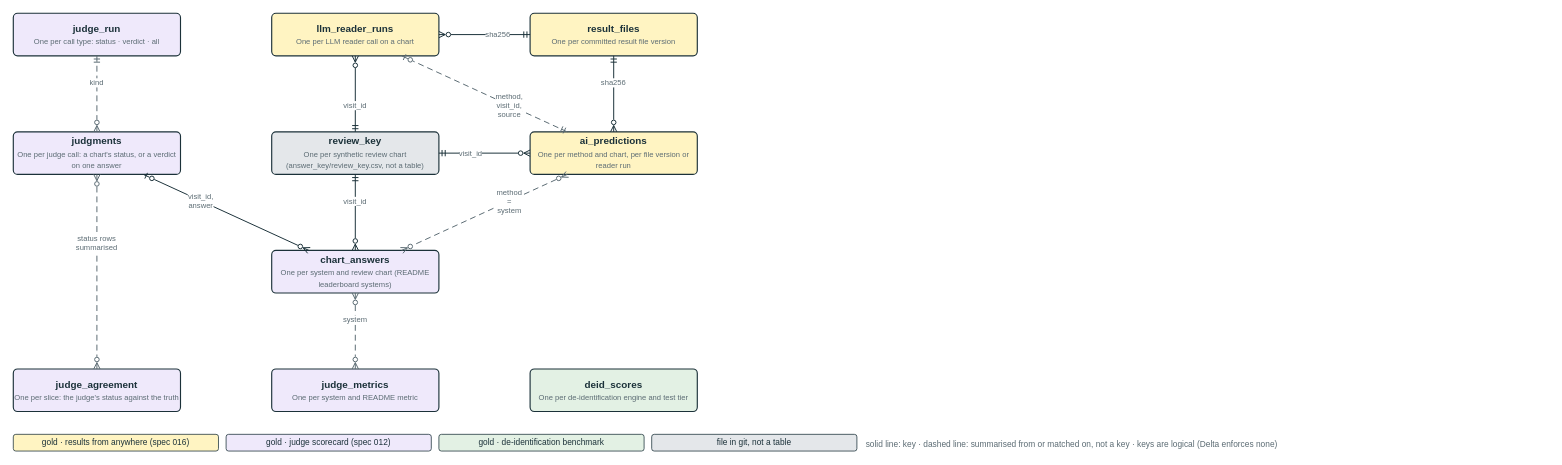
Above: diagrams/gold/source/gold_data_model_entity.drawio in Health-Transformation-Lab/health-transformation-lab-nlp (draw.io), before the change. Source tidied: cells renumbered, new cells numbered last; positions are measured from the earlier drawing's top-left corner, leaving out a move shared by most shapes. Both pictures are drawn from the tidied source at 76%, with x=0, y=0 at pixel (13, 13).
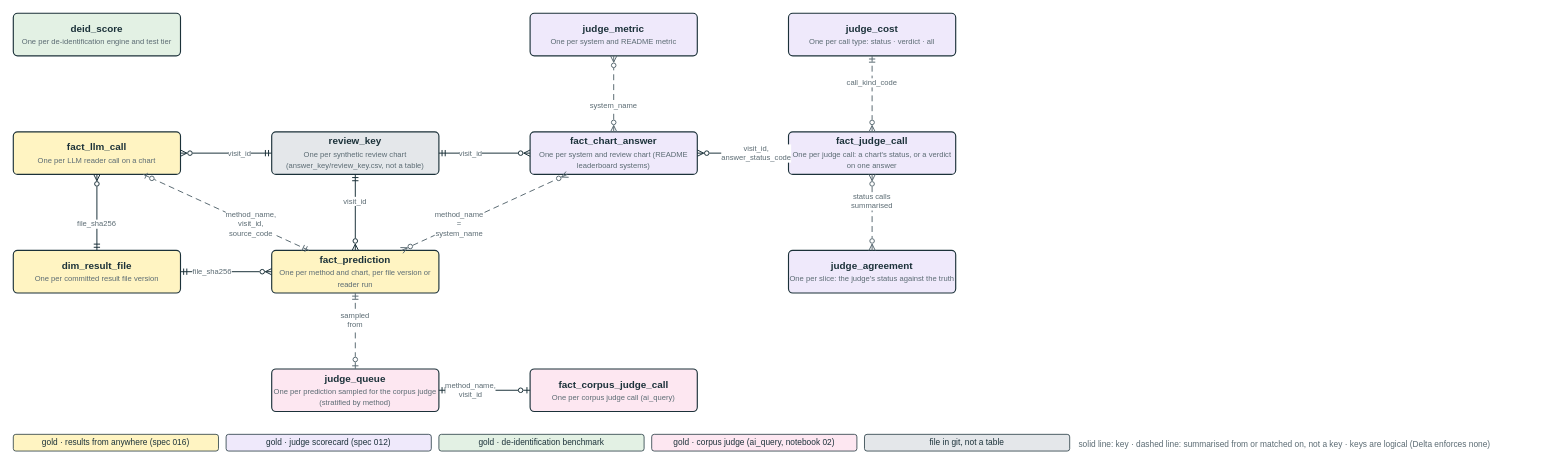
The same diagram, later.

The change refers to these unchanged cells:
```xml
<mxCell id="6" value="&lt;b&gt;review_key&lt;/b&gt;&lt;br&gt;&lt;span style='font-size:10px;color:#5B6B73'&gt;One per synthetic review chart (answer_key/review_key.csv, not a table)&lt;/span&gt;" style="fontFamily=Helvetica;html=1;whiteSpace=wrap;rounded=1;arcSize=10;strokeColor=#1B3139;strokeWidth=1.5;fontColor=#1B3139;fontSize=13;fillColor=#E4E7EA;" parent="1" vertex="1">
  <mxGeometry x="340" y="156" width="220" height="56" as="geometry" />
</mxCell>
```

The edit, as a diff of the source:
```diff
@@
-    <mxCell id="2" value="&lt;b&gt;judge_run&lt;/b&gt;&lt;br&gt;&lt;span style='font-size:10px;color:#5B6B73'&gt;One per call type: status · verdict · all&lt;/span&gt;" style="fontFamily=Helvetica;html=1;whiteSpace=wrap;rounded=1;arcSize=10;strokeColor=#1B3139;strokeWidth=1.5;fontColor=#1B3139;fontSize=13;fillColor=#EFE9FB;" parent="1" vertex="1">
+    <mxCell id="2" value="&lt;b&gt;deid_score&lt;/b&gt;&lt;br&gt;&lt;span style='font-size:10px;color:#5B6B73'&gt;One per de-identification engine and test tier&lt;/span&gt;" style="fontFamily=Helvetica;html=1;whiteSpace=wrap;rounded=1;arcSize=10;strokeColor=#1B3139;strokeWidth=1.5;fontColor=#1B3139;fontSize=13;fillColor=#E3F1E4;" parent="1" vertex="1">
       <mxGeometry width="220" height="56" as="geometry" />
     </mxCell>
-    <mxCell id="3" value="&lt;b&gt;llm_reader_runs&lt;/b&gt;&lt;br&gt;&lt;span style='font-size:10px;color:#5B6B73'&gt;One per LLM reader call on a chart&lt;/span&gt;" style="fontFamily=Helvetica;html=1;whiteSpace=wrap;rounded=1;arcSize=10;strokeColor=#1B3139;strokeWidth=1.5;fontColor=#1B3139;fontSize=13;fillColor=#FFF4C2;" parent="1" vertex="1">
-      <mxGeometry x="340" width="220" height="56" as="geometry" />
+    <mxCell id="3" value="&lt;b&gt;judge_metric&lt;/b&gt;&lt;br&gt;&lt;span style='font-size:10px;color:#5B6B73'&gt;One per system and README metric&lt;/span&gt;" style="fontFamily=Helvetica;html=1;whiteSpace=wrap;rounded=1;arcSize=10;strokeColor=#1B3139;strokeWidth=1.5;fontColor=#1B3139;fontSize=13;fillColor=#EFE9FB;" parent="1" vertex="1">
+      <mxGeometry x="680" width="220" height="56" as="geometry" />
     </mxCell>
-    <mxCell id="4" value="&lt;b&gt;result_files&lt;/b&gt;&lt;br&gt;&lt;span style='font-size:10px;color:#5B6B73'&gt;One per committed result file version&lt;/span&gt;" style="fontFamily=Helvetica;html=1;whiteSpace=wrap;rounded=1;arcSize=10;strokeColor=#1B3139;strokeWidth=1.5;fontColor=#1B3139;fontSize=13;fillColor=#FFF4C2;" parent="1" vertex="1">
-      <mxGeometry x="680" width="220" height="56" as="geometry" />
+    <mxCell id="4" value="&lt;b&gt;judge_cost&lt;/b&gt;&lt;br&gt;&lt;span style='font-size:10px;color:#5B6B73'&gt;One per call type: status · verdict · all&lt;/span&gt;" style="fontFamily=Helvetica;html=1;whiteSpace=wrap;rounded=1;arcSize=10;strokeColor=#1B3139;strokeWidth=1.5;fontColor=#1B3139;fontSize=13;fillColor=#EFE9FB;" parent="1" vertex="1">
+      <mxGeometry x="1020" width="220" height="56" as="geometry" />
     </mxCell>
-    <mxCell id="5" value="&lt;b&gt;judgments&lt;/b&gt;&lt;br&gt;&lt;span style='font-size:10px;color:#5B6B73'&gt;One per judge call: a chart's status, or a verdict on one answer&lt;/span&gt;" style="fontFamily=Helvetica;html=1;whiteSpace=wrap;rounded=1;arcSize=10;strokeColor=#1B3139;strokeWidth=1.5;fontColor=#1B3139;fontSize=13;fillColor=#EFE9FB;" parent="1" vertex="1">
+    <mxCell id="5" value="&lt;b&gt;fact_llm_call&lt;/b&gt;&lt;br&gt;&lt;span style='font-size:10px;color:#5B6B73'&gt;One per LLM reader call on a chart&lt;/span&gt;" style="fontFamily=Helvetica;html=1;whiteSpace=wrap;rounded=1;arcSize=10;strokeColor=#1B3139;strokeWidth=1.5;fontColor=#1B3139;fontSize=13;fillColor=#FFF4C2;" parent="1" vertex="1">
       <mxGeometry y="156" width="220" height="56" as="geometry" />
     </mxCell>
@@
-    <mxCell id="7" value="&lt;b&gt;ai_predictions&lt;/b&gt;&lt;br&gt;&lt;span style='font-size:10px;color:#5B6B73'&gt;One per method and chart, per file version or reader run&lt;/span&gt;" style="fontFamily=Helvetica;html=1;whiteSpace=wrap;rounded=1;arcSize=10;strokeColor=#1B3139;strokeWidth=1.5;fontColor=#1B3139;fontSize=13;fillColor=#FFF4C2;" parent="1" vertex="1">
+    <mxCell id="7" value="&lt;b&gt;fact_chart_answer&lt;/b&gt;&lt;br&gt;&lt;span style='font-size:10px;color:#5B6B73'&gt;One per system and review chart (README leaderboard systems)&lt;/span&gt;" style="fontFamily=Helvetica;html=1;whiteSpace=wrap;rounded=1;arcSize=10;strokeColor=#1B3139;strokeWidth=1.5;fontColor=#1B3139;fontSize=13;fillColor=#EFE9FB;" parent="1" vertex="1">
       <mxGeometry x="680" y="156" width="220" height="56" as="geometry" />
     </mxCell>
-    <mxCell id="8" value="&lt;b&gt;chart_answers&lt;/b&gt;&lt;br&gt;&lt;span style='font-size:10px;color:#5B6B73'&gt;One per system and review chart (README leaderboard systems)&lt;/span&gt;" style="fontFamily=Helvetica;html=1;whiteSpace=wrap;rounded=1;arcSize=10;strokeColor=#1B3139;strokeWidth=1.5;fontColor=#1B3139;fontSize=13;fillColor=#EFE9FB;" parent="1" vertex="1">
-      <mxGeometry x="340" y="312" width="220" height="56" as="geometry" />
+    <mxCell id="8" value="&lt;b&gt;fact_judge_call&lt;/b&gt;&lt;br&gt;&lt;span style='font-size:10px;color:#5B6B73'&gt;One per judge call: a chart's status, or a verdict on one answer&lt;/span&gt;" style="fontFamily=Helvetica;html=1;whiteSpace=wrap;rounded=1;arcSize=10;strokeColor=#1B3139;strokeWidth=1.5;fontColor=#1B3139;fontSize=13;fillColor=#EFE9FB;" parent="1" vertex="1">
+      <mxGeometry x="1020" y="156" width="220" height="56" as="geometry" />
     </mxCell>
-    <mxCell id="9" value="&lt;b&gt;judge_agreement&lt;/b&gt;&lt;br&gt;&lt;span style='font-size:10px;color:#5B6B73'&gt;One per slice: the judge's status against the truth&lt;/span&gt;" style="fontFamily=Helvetica;html=1;whiteSpace=wrap;rounded=1;arcSize=10;strokeColor=#1B3139;strokeWidth=1.5;fontColor=#1B3139;fontSize=13;fillColor=#EFE9FB;" parent="1" vertex="1">
-      <mxGeometry y="468" width="220" height="56" as="geometry" />
+    <mxCell id="9" value="&lt;b&gt;dim_result_file&lt;/b&gt;&lt;br&gt;&lt;span style='font-size:10px;color:#5B6B73'&gt;One per committed result file version&lt;/span&gt;" style="fontFamily=Helvetica;html=1;whiteSpace=wrap;rounded=1;arcSize=10;strokeColor=#1B3139;strokeWidth=1.5;fontColor=#1B3139;fontSize=13;fillColor=#FFF4C2;" parent="1" vertex="1">
+      <mxGeometry y="312" width="220" height="56" as="geometry" />
     </mxCell>
-    <mxCell id="10" value="&lt;b&gt;judge_metrics&lt;/b&gt;&lt;br&gt;&lt;span style='font-size:10px;color:#5B6B73'&gt;One per system and README metric&lt;/span&gt;" style="fontFamily=Helvetica;html=1;whiteSpace=wrap;rounded=1;arcSize=10;strokeColor=#1B3139;strokeWidth=1.5;fontColor=#1B3139;fontSize=13;fillColor=#EFE9FB;" parent="1" vertex="1">
-      <mxGeometry x="340" y="468" width="220" height="56" as="geometry" />
+    <mxCell id="10" value="&lt;b&gt;fact_prediction&lt;/b&gt;&lt;br&gt;&lt;span style='font-size:10px;color:#5B6B73'&gt;One per method and chart, per file version or reader run&lt;/span&gt;" style="fontFamily=Helvetica;html=1;whiteSpace=wrap;rounded=1;arcSize=10;strokeColor=#1B3139;strokeWidth=1.5;fontColor=#1B3139;fontSize=13;fillColor=#FFF4C2;" parent="1" vertex="1">
+      <mxGeometry x="340" y="312" width="220" height="56" as="geometry" />
     </mxCell>
-    <mxCell id="11" value="&lt;b&gt;deid_scores&lt;/b&gt;&lt;br&gt;&lt;span style='font-size:10px;color:#5B6B73'&gt;One per de-identification engine and test tier&lt;/span&gt;" style="fontFamily=Helvetica;html=1;whiteSpace=wrap;rounded=1;arcSize=10;strokeColor=#1B3139;strokeWidth=1.5;fontColor=#1B3139;fontSize=13;fillColor=#E3F1E4;" parent="1" vertex="1">
-      <mxGeometry x="680" y="468" width="220" height="56" as="geometry" />
+    <mxCell id="11" value="&lt;b&gt;judge_agreement&lt;/b&gt;&lt;br&gt;&lt;span style='font-size:10px;color:#5B6B73'&gt;One per slice: the judge's status against the truth&lt;/span&gt;" style="fontFamily=Helvetica;html=1;whiteSpace=wrap;rounded=1;arcSize=10;strokeColor=#1B3139;strokeWidth=1.5;fontColor=#1B3139;fontSize=13;fillColor=#EFE9FB;" parent="1" vertex="1">
+      <mxGeometry x="1020" y="312" width="220" height="56" as="geometry" />
     </mxCell>
-    <mxCell id="12" value="sha256" style="fontFamily=Helvetica;html=1;whiteSpace=wrap;edgeStyle=none;strokeColor=#1B3139;strokeWidth=1.3;endFill=0;startFill=0;fontSize=10;fontColor=#5B6B73;labelBackgroundColor=#FFFFFF;startArrow=ERmandOne;endArrow=ERzeroToMany;" parent="1" edge="1" source="4" target="7">
-      <mxGeometry x="-0.3" relative="1" as="geometry" />
+    <mxCell id="12" value="&lt;b&gt;judge_queue&lt;/b&gt;&lt;br&gt;&lt;span style='font-size:10px;color:#5B6B73'&gt;One per prediction sampled for the corpus judge (stratified by method)&lt;/span&gt;" style="fontFamily=Helvetica;html=1;whiteSpace=wrap;rounded=1;arcSize=10;strokeColor=#1B3139;strokeWidth=1.5;fontColor=#1B3139;fontSize=13;fillColor=#FDE7F1;" parent="1" vertex="1">
+      <mxGeometry x="340" y="468" width="220" height="56" as="geometry" />
     </mxCell>
-    <mxCell id="13" value="sha256" style="fontFamily=Helvetica;html=1;whiteSpace=wrap;edgeStyle=none;strokeColor=#1B3139;strokeWidth=1.3;endFill=0;startFill=0;fontSize=10;fontColor=#5B6B73;labelBackgroundColor=#FFFFFF;startArrow=ERmandOne;endArrow=ERzeroToMany;" parent="1" edge="1" source="4" target="3">
-      <mxGeometry x="-0.3" relative="1" as="geometry" />
+    <mxCell id="13" value="&lt;b&gt;fact_corpus_judge_call&lt;/b&gt;&lt;br&gt;&lt;span style='font-size:10px;color:#5B6B73'&gt;One per corpus judge call (ai_query)&lt;/span&gt;" style="fontFamily=Helvetica;html=1;whiteSpace=wrap;rounded=1;arcSize=10;strokeColor=#1B3139;strokeWidth=1.5;fontColor=#1B3139;fontSize=13;fillColor=#FDE7F1;" parent="1" vertex="1">
+      <mxGeometry x="680" y="468" width="220" height="56" as="geometry" />
     </mxCell>
-    <mxCell id="14" value="method, visit_id, source" style="fontFamily=Helvetica;html=1;whiteSpace=wrap;edgeStyle=none;strokeColor=#1B3139;strokeWidth=1.3;endFill=0;startFill=0;fontSize=10;fontColor=#5B6B73;labelBackgroundColor=#FFFFFF;dashed=1;dashPattern=6 4;strokeColor=#5B6B73;startArrow=ERmandOne;endArrow=ERzeroToOne;" parent="1" edge="1" source="7" target="3">
+    <mxCell id="14" value="file_sha256" style="fontFamily=Helvetica;html=1;whiteSpace=wrap;edgeStyle=none;strokeColor=#1B3139;strokeWidth=1.3;endFill=0;startFill=0;fontSize=10;fontColor=#5B6B73;labelBackgroundColor=#FFFFFF;startArrow=ERmandOne;endArrow=ERzeroToMany;" parent="1" edge="1" source="9" target="10">
       <mxGeometry x="-0.3" relative="1" as="geometry" />
     </mxCell>
-    <mxCell id="15" value="visit_id" style="fontFamily=Helvetica;html=1;whiteSpace=wrap;edgeStyle=none;strokeColor=#1B3139;strokeWidth=1.3;endFill=0;startFill=0;fontSize=10;fontColor=#5B6B73;labelBackgroundColor=#FFFFFF;startArrow=ERmandOne;endArrow=ERzeroToMany;" parent="1" edge="1" source="6" target="7">
+    <mxCell id="15" value="file_sha256" style="fontFamily=Helvetica;html=1;whiteSpace=wrap;edgeStyle=none;strokeColor=#1B3139;strokeWidth=1.3;endFill=0;startFill=0;fontSize=10;fontColor=#5B6B73;labelBackgroundColor=#FFFFFF;startArrow=ERmandOne;endArrow=ERzeroToMany;" parent="1" edge="1" source="9" target="5">
       <mxGeometry x="-0.3" relative="1" as="geometry" />
     </mxCell>
-    <mxCell id="16" value="visit_id" style="fontFamily=Helvetica;html=1;whiteSpace=wrap;edgeStyle=none;strokeColor=#1B3139;strokeWidth=1.3;endFill=0;startFill=0;fontSize=10;fontColor=#5B6B73;labelBackgroundColor=#FFFFFF;startArrow=ERmandOne;endArrow=ERzeroToMany;" parent="1" edge="1" source="6" target="3">
+    <mxCell id="16" value="method_name, visit_id, source_code" style="fontFamily=Helvetica;html=1;whiteSpace=wrap;edgeStyle=none;strokeColor=#1B3139;strokeWidth=1.3;endFill=0;startFill=0;fontSize=10;fontColor=#5B6B73;labelBackgroundColor=#FFFFFF;dashed=1;dashPattern=6 4;strokeColor=#5B6B73;startArrow=ERmandOne;endArrow=ERzeroToOne;" parent="1" edge="1" source="10" target="5">
       <mxGeometry x="-0.3" relative="1" as="geometry" />
     </mxCell>
-    <mxCell id="17" value="visit_id" style="fontFamily=Helvetica;html=1;whiteSpace=wrap;edgeStyle=none;strokeColor=#1B3139;strokeWidth=1.3;endFill=0;startFill=0;fontSize=10;fontColor=#5B6B73;labelBackgroundColor=#FFFFFF;startArrow=ERmandOne;endArrow=ERzeroToMany;" parent="1" edge="1" source="6" target="8">
+    <mxCell id="17" value="visit_id" style="fontFamily=Helvetica;html=1;whiteSpace=wrap;edgeStyle=none;strokeColor=#1B3139;strokeWidth=1.3;endFill=0;startFill=0;fontSize=10;fontColor=#5B6B73;labelBackgroundColor=#FFFFFF;startArrow=ERmandOne;endArrow=ERzeroToMany;" parent="1" edge="1" source="6" target="10">
       <mxGeometry x="-0.3" relative="1" as="geometry" />
     </mxCell>
-    <mxCell id="18" value="visit_id, answer" style="fontFamily=Helvetica;html=1;whiteSpace=wrap;edgeStyle=none;strokeColor=#1B3139;strokeWidth=1.3;endFill=0;startFill=0;fontSize=10;fontColor=#5B6B73;labelBackgroundColor=#FFFFFF;startArrow=ERzeroToOne;endArrow=ERzeroToMany;" parent="1" edge="1" source="5" target="8">
+    <mxCell id="18" value="visit_id" style="fontFamily=Helvetica;html=1;whiteSpace=wrap;edgeStyle=none;strokeColor=#1B3139;strokeWidth=1.3;endFill=0;startFill=0;fontSize=10;fontColor=#5B6B73;labelBackgroundColor=#FFFFFF;startArrow=ERmandOne;endArrow=ERzeroToMany;" parent="1" edge="1" source="6" target="5">
       <mxGeometry x="-0.3" relative="1" as="geometry" />
     </mxCell>
-    <mxCell id="19" value="kind" style="fontFamily=Helvetica;html=1;whiteSpace=wrap;edgeStyle=none;strokeColor=#1B3139;strokeWidth=1.3;endFill=0;startFill=0;fontSize=10;fontColor=#5B6B73;labelBackgroundColor=#FFFFFF;dashed=1;dashPattern=6 4;strokeColor=#5B6B73;startArrow=ERmandOne;endArrow=ERzeroToMany;" parent="1" edge="1" source="2" target="5">
+    <mxCell id="19" value="visit_id" style="fontFamily=Helvetica;html=1;whiteSpace=wrap;edgeStyle=none;strokeColor=#1B3139;strokeWidth=1.3;endFill=0;startFill=0;fontSize=10;fontColor=#5B6B73;labelBackgroundColor=#FFFFFF;startArrow=ERmandOne;endArrow=ERzeroToMany;" parent="1" edge="1" source="6" target="7">
       <mxGeometry x="-0.3" relative="1" as="geometry" />
     </mxCell>
-    <mxCell id="20" value="status rows summarised" style="fontFamily=Helvetica;html=1;whiteSpace=wrap;edgeStyle=none;strokeColor=#1B3139;strokeWidth=1.3;endFill=0;startFill=0;fontSize=10;fontColor=#5B6B73;labelBackgroundColor=#FFFFFF;dashed=1;dashPattern=6 4;strokeColor=#5B6B73;startArrow=ERzeroToMany;endArrow=ERzeroToMany;" parent="1" edge="1" source="5" target="9">
+    <mxCell id="20" value="visit_id, answer_status_code" style="fontFamily=Helvetica;html=1;whiteSpace=wrap;edgeStyle=none;strokeColor=#1B3139;strokeWidth=1.3;endFill=0;startFill=0;fontSize=10;fontColor=#5B6B73;labelBackgroundColor=#FFFFFF;startArrow=ERzeroToOne;endArrow=ERzeroToMany;" parent="1" edge="1" source="8" target="7">
       <mxGeometry x="-0.3" relative="1" as="geometry" />
     </mxCell>
-    <mxCell id="21" value="system" style="fontFamily=Helvetica;html=1;whiteSpace=wrap;edgeStyle=none;strokeColor=#1B3139;strokeWidth=1.3;endFill=0;startFill=0;fontSize=10;fontColor=#5B6B73;labelBackgroundColor=#FFFFFF;dashed=1;dashPattern=6 4;strokeColor=#5B6B73;startArrow=ERzeroToMany;endArrow=ERzeroToMany;" parent="1" edge="1" source="8" target="10">
+    <mxCell id="21" value="call_kind_code" style="fontFamily=Helvetica;html=1;whiteSpace=wrap;edgeStyle=none;strokeColor=#1B3139;strokeWidth=1.3;endFill=0;startFill=0;fontSize=10;fontColor=#5B6B73;labelBackgroundColor=#FFFFFF;dashed=1;dashPattern=6 4;strokeColor=#5B6B73;startArrow=ERmandOne;endArrow=ERzeroToMany;" parent="1" edge="1" source="4" target="8">
       <mxGeometry x="-0.3" relative="1" as="geometry" />
     </mxCell>
-    <mxCell id="22" value="method = system" style="fontFamily=Helvetica;html=1;whiteSpace=wrap;edgeStyle=none;strokeColor=#1B3139;strokeWidth=1.3;endFill=0;startFill=0;fontSize=10;fontColor=#5B6B73;labelBackgroundColor=#FFFFFF;dashed=1;dashPattern=6 4;strokeColor=#5B6B73;startArrow=ERzeroToMany;endArrow=ERzeroToMany;" parent="1" edge="1" source="7" target="8">
+    <mxCell id="22" value="status calls summarised" style="fontFamily=Helvetica;html=1;whiteSpace=wrap;edgeStyle=none;strokeColor=#1B3139;strokeWidth=1.3;endFill=0;startFill=0;fontSize=10;fontColor=#5B6B73;labelBackgroundColor=#FFFFFF;dashed=1;dashPattern=6 4;strokeColor=#5B6B73;startArrow=ERzeroToMany;endArrow=ERzeroToMany;" parent="1" edge="1" source="8" target="11">
       <mxGeometry x="-0.3" relative="1" as="geometry" />
     </mxCell>
-    <mxCell id="23" value="gold · results from anywhere (spec 016)" style="fontFamily=Helvetica;html=1;whiteSpace=wrap;rounded=1;fillColor=#FFF4C2;strokeColor=#1B3139;fontSize=11;fontColor=#1B3139;" parent="1" vertex="1">
-      <mxGeometry y="554" width="270" height="22" as="geometry" />
+    <mxCell id="23" value="system_name" style="fontFamily=Helvetica;html=1;whiteSpace=wrap;edgeStyle=none;strokeColor=#1B3139;strokeWidth=1.3;endFill=0;startFill=0;fontSize=10;fontColor=#5B6B73;labelBackgroundColor=#FFFFFF;dashed=1;dashPattern=6 4;strokeColor=#5B6B73;startArrow=ERzeroToMany;endArrow=ERzeroToMany;" parent="1" edge="1" source="7" target="3">
+      <mxGeometry x="-0.3" relative="1" as="geometry" />
     </mxCell>
-    <mxCell id="24" value="gold · judge scorecard (spec 012)" style="fontFamily=Helvetica;html=1;whiteSpace=wrap;rounded=1;fillColor=#EFE9FB;strokeColor=#1B3139;fontSize=11;fontColor=#1B3139;" parent="1" vertex="1">
-      <mxGeometry x="280" y="554" width="270" height="22" as="geometry" />
+    <mxCell id="24" value="method_name = system_name" style="fontFamily=Helvetica;html=1;whiteSpace=wrap;edgeStyle=none;strokeColor=#1B3139;strokeWidth=1.3;endFill=0;startFill=0;fontSize=10;fontColor=#5B6B73;labelBackgroundColor=#FFFFFF;dashed=1;dashPattern=6 4;strokeColor=#5B6B73;startArrow=ERzeroToMany;endArrow=ERzeroToMany;" parent="1" edge="1" source="10" target="7">
+      <mxGeometry x="-0.3" relative="1" as="geometry" />
     </mxCell>
-    <mxCell id="25" value="gold · de-identification benchmark" style="fontFamily=Helvetica;html=1;whiteSpace=wrap;rounded=1;fillColor=#E3F1E4;strokeColor=#1B3139;fontSize=11;fontColor=#1B3139;" parent="1" vertex="1">
-      <mxGeometry x="560" y="554" width="270" height="22" as="geometry" />
+    <mxCell id="25" value="sampled from" style="fontFamily=Helvetica;html=1;whiteSpace=wrap;edgeStyle=none;strokeColor=#1B3139;strokeWidth=1.3;endFill=0;startFill=0;fontSize=10;fontColor=#5B6B73;labelBackgroundColor=#FFFFFF;dashed=1;dashPattern=6 4;strokeColor=#5B6B73;startArrow=ERmandOne;endArrow=ERzeroToOne;" parent="1" edge="1" source="10" target="12">
+      <mxGeometry x="-0.3" relative="1" as="geometry" />
     </mxCell>
-    <mxCell id="26" value="file in git, not a table" style="fontFamily=Helvetica;html=1;whiteSpace=wrap;rounded=1;fillColor=#E4E7EA;strokeColor=#1B3139;fontSize=11;fontColor=#1B3139;" parent="1" vertex="1">
-      <mxGeometry x="840" y="554" width="270" height="22" as="geometry" />
+    <mxCell id="26" value="method_name, visit_id" style="fontFamily=Helvetica;html=1;whiteSpace=wrap;edgeStyle=none;strokeColor=#1B3139;strokeWidth=1.3;endFill=0;startFill=0;fontSize=10;fontColor=#5B6B73;labelBackgroundColor=#FFFFFF;startArrow=ERmandOne;endArrow=ERzeroToOne;" parent="1" edge="1" source="12" target="13">
+      <mxGeometry x="-0.3" relative="1" as="geometry" />
     </mxCell>
-    <mxCell id="27" value="solid line: key · dashed line: summarised from or matched on, not a key · keys are logical (Delta enforces none)" style="fontFamily=Helvetica;html=1;whiteSpace=wrap;text;align=left;fontSize=11;fontColor=#5B6B73;" parent="1" vertex="1">
-      <mxGeometry x="1120" y="554" width="620" height="22" as="geometry" />
+    <mxCell id="27" value="gold · results from anywhere (spec 016)" style="fontFamily=Helvetica;html=1;whiteSpace=wrap;rounded=1;fillColor=#FFF4C2;strokeColor=#1B3139;fontSize=11;fontColor=#1B3139;" parent="1" vertex="1">
+      <mxGeometry y="554" width="270" height="22" as="geometry" />
     </mxCell>
+    <mxCell id="28" value="gold · judge scorecard (spec 012)" style="fontFamily=Helvetica;html=1;whiteSpace=wrap;rounded=1;fillColor=#EFE9FB;strokeColor=#1B3139;fontSize=11;fontColor=#1B3139;" parent="1" vertex="1">
+      <mxGeometry x="280" y="554" width="270" height="22" as="geometry" />
+    </mxCell>
+    <mxCell id="29" value="gold · de-identification benchmark" style="fontFamily=Helvetica;html=1;whiteSpace=wrap;rounded=1;fillColor=#E3F1E4;strokeColor=#1B3139;fontSize=11;fontColor=#1B3139;" parent="1" vertex="1">
+      <mxGeometry x="560" y="554" width="270" height="22" as="geometry" />
+    </mxCell>
+    <mxCell id="30" value="gold · corpus judge (ai_query, notebook 02)" style="fontFamily=Helvetica;html=1;whiteSpace=wrap;rounded=1;fillColor=#FDE7F1;strokeColor=#1B3139;fontSize=11;fontColor=#1B3139;" parent="1" vertex="1">
+      <mxGeometry x="840" y="554" width="270" height="22" as="geometry" />
+    </mxCell>
+    <mxCell id="31" value="file in git, not a table" style="fontFamily=Helvetica;html=1;whiteSpace=wrap;rounded=1;fillColor=#E4E7EA;strokeColor=#1B3139;fontSize=11;fontColor=#1B3139;" parent="1" vertex="1">
+      <mxGeometry x="1120" y="554" width="270" height="22" as="geometry" />
+    </mxCell>
+    <mxCell id="32" value="solid line: key · dashed line: summarised from or matched on, not a key · keys are logical (Delta enforces none)" style="fontFamily=Helvetica;html=1;whiteSpace=wrap;text;align=left;fontSize=11;fontColor=#5B6B73;" parent="1" vertex="1">
+      <mxGeometry x="1400" y="554" width="620" height="22" as="geometry" />
+    </mxCell>
```
